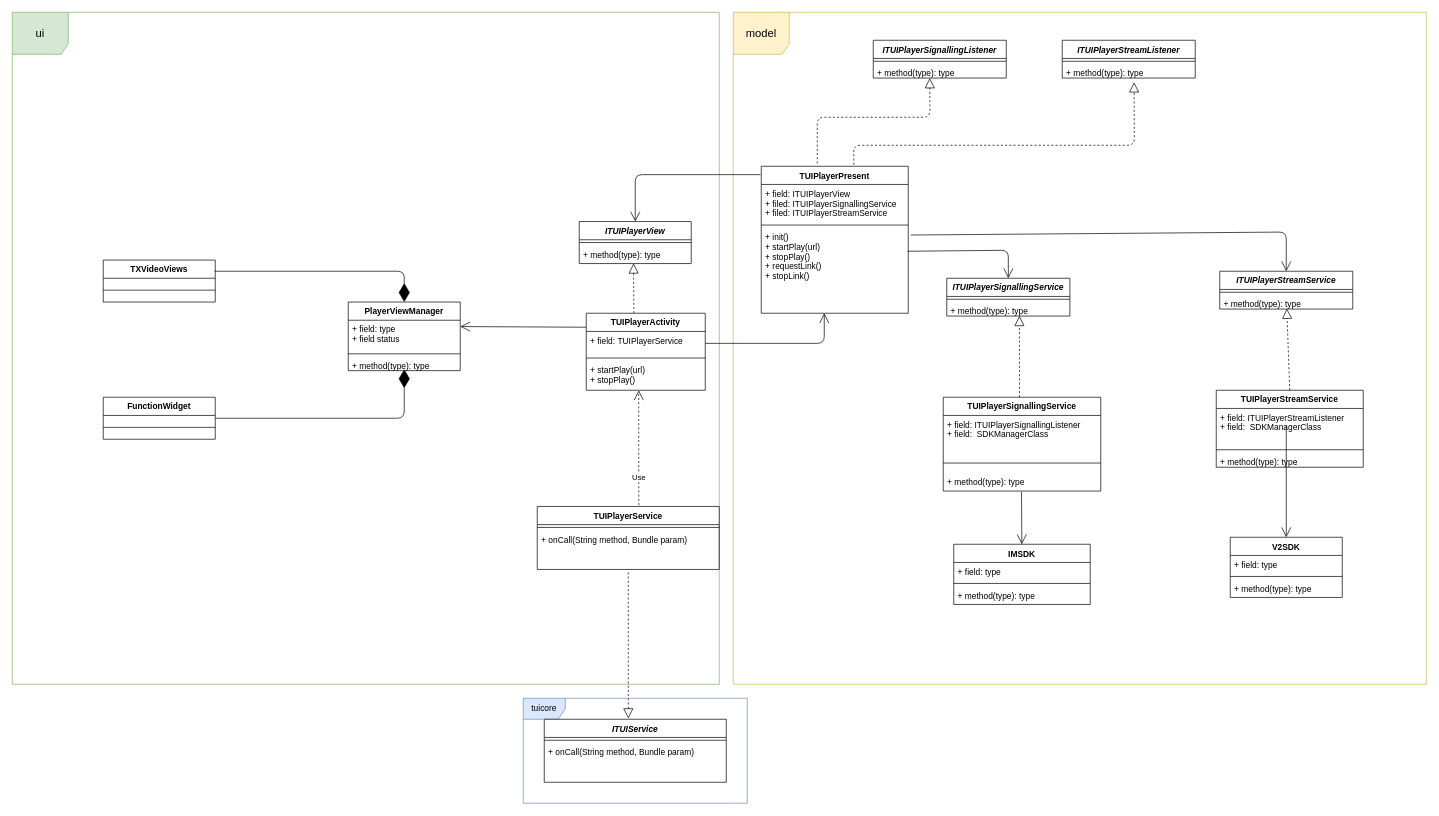
This is diagrams/TUIPlayer.drawio from paopaosecret/resources, a draw.io file, before an edit. Source tidied: cells renumbered, new cells numbered last; positions are measured from the earlier drawing's top-left corner, leaving out a move shared by most shapes. Both pictures are drawn from the tidied source at 70%, with x=0, y=0 at pixel (12, 12).
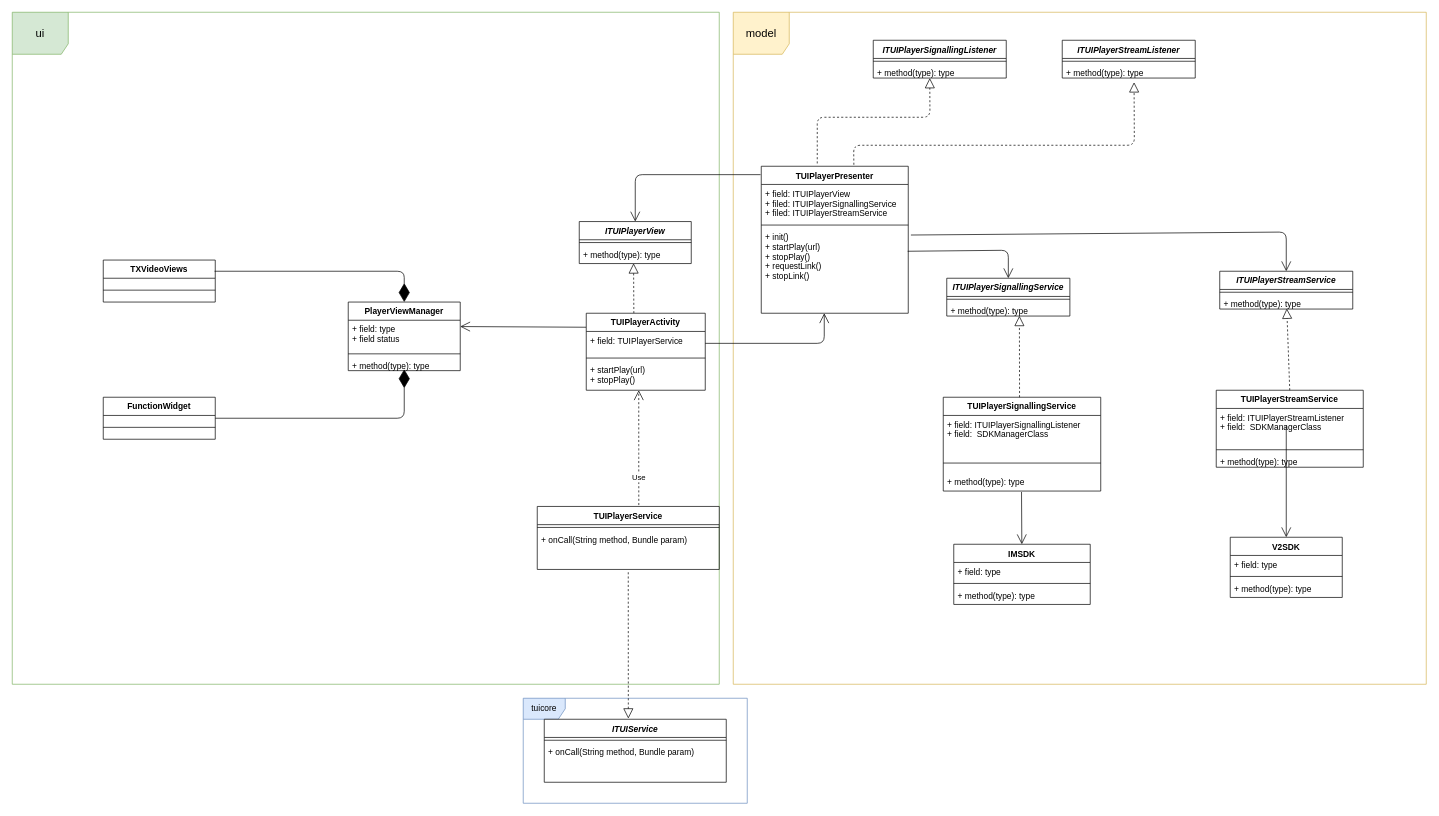
The same diagram, later.

Change to the diagram source:
```diff
@@
-    <mxCell id="7" value="TUIPlayerPresent" style="swimlane;fontStyle=1;align=center;verticalAlign=top;horizontal=1;startSize=26;" parent="1" vertex="1">
+    <mxCell id="7" value="TUIPlayerPresenter" style="swimlane;fontStyle=1;align=center;verticalAlign=top;horizontal=1;startSize=26;" parent="1" vertex="1">
       <mxGeometry x="1070" y="220" width="210" height="210" as="geometry" />
     </mxCell>
```
